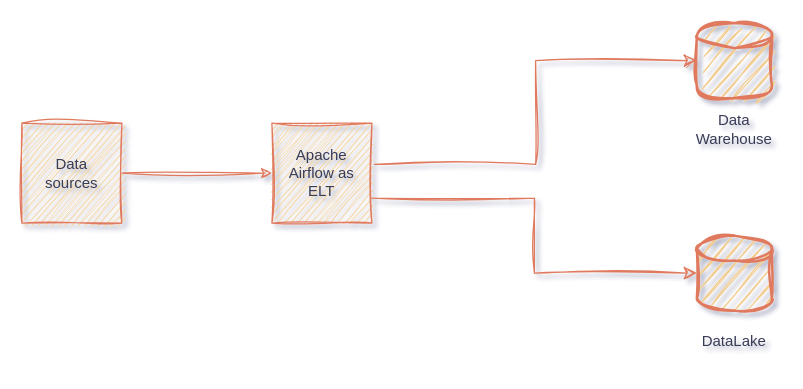
anapitalai/diagrams keeps this draw.io diagram as ngi.drawio. Above is the earlier version. Source tidied: cells renumbered, new cells numbered last; positions are measured from the earlier drawing's top-left corner, leaving out a move shared by most shapes. Both pictures are drawn from the tidied source at 125%, with x=0, y=0 at pixel (21, 22).
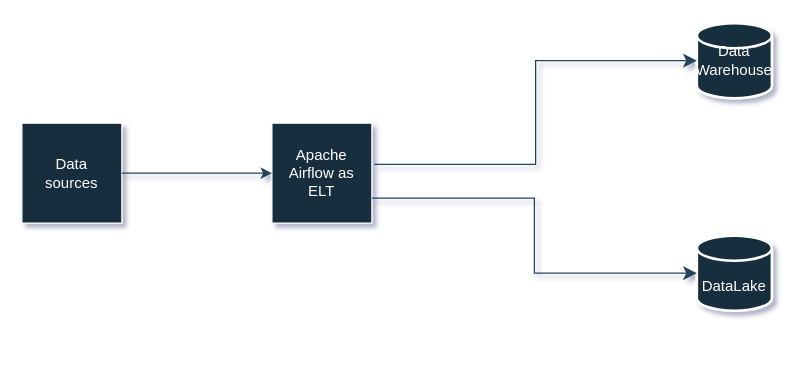
The same page after the edit.

What changed in the source:
```diff
@@
 <mxGraphModel shadow="1">
   <root>
     <mxCell id="0" />
     <mxCell id="1" parent="0" />
-    <mxCell id="2" style="whiteSpace=wrap;html=1;sketch=1;curveFitting=1;jiggle=2;labelBackgroundColor=none;fillColor=#F2CC8F;strokeColor=#E07A5F;fontColor=#393C56;" parent="1" vertex="1">
+    <mxCell id="2" style="whiteSpace=wrap;html=1;labelBackgroundColor=none;fillColor=#182E3E;strokeColor=#FFFFFF;fontColor=#FFFFFF;" parent="1" vertex="1">
       <mxGeometry y="80" width="80" height="80" as="geometry" />
     </mxCell>
-    <mxCell id="3" style="whiteSpace=wrap;html=1;sketch=1;curveFitting=1;jiggle=2;labelBackgroundColor=none;fillColor=#F2CC8F;strokeColor=#E07A5F;fontColor=#393C56;" parent="1" vertex="1">
+    <mxCell id="3" style="whiteSpace=wrap;html=1;labelBackgroundColor=none;fillColor=#182E3E;strokeColor=#FFFFFF;fontColor=#FFFFFF;" parent="1" vertex="1">
       <mxGeometry x="200" y="80" width="80" height="80" as="geometry" />
     </mxCell>
-    <mxCell id="4" style="endArrow=classic;html=1;rounded=0;exitX=1;exitY=0.5;exitDx=0;exitDy=0;sketch=1;curveFitting=1;jiggle=2;labelBackgroundColor=none;strokeColor=#E07A5F;fontColor=default;" parent="1" edge="1" source="2">
+    <mxCell id="4" style="endArrow=classic;html=1;rounded=0;exitX=1;exitY=0.5;exitDx=0;exitDy=0;labelBackgroundColor=none;fontColor=default;strokeColor=#23445D;" parent="1" edge="1" source="2">
       <mxGeometry relative="1" as="geometry">
         <mxPoint x="200" y="120" as="targetPoint" />
       </mxGeometry>
     </mxCell>
-    <mxCell id="5" style="strokeWidth=2;html=1;shape=mxgraph.flowchart.database;whiteSpace=wrap;sketch=1;curveFitting=1;jiggle=2;labelBackgroundColor=none;fillColor=#F2CC8F;strokeColor=#E07A5F;fontColor=#393C56;" parent="1" vertex="1">
+    <mxCell id="5" style="strokeWidth=2;html=1;shape=mxgraph.flowchart.database;whiteSpace=wrap;labelBackgroundColor=none;fillColor=#182E3E;strokeColor=#FFFFFF;fontColor=#FFFFFF;" parent="1" vertex="1">
       <mxGeometry x="540" width="60" height="60" as="geometry" />
     </mxCell>
-    <mxCell id="6" style="strokeWidth=2;html=1;shape=mxgraph.flowchart.database;whiteSpace=wrap;sketch=1;curveFitting=1;jiggle=2;labelBackgroundColor=none;fillColor=#F2CC8F;strokeColor=#E07A5F;fontColor=#393C56;" parent="1" vertex="1">
+    <mxCell id="6" style="strokeWidth=2;html=1;shape=mxgraph.flowchart.database;whiteSpace=wrap;labelBackgroundColor=none;fillColor=#182E3E;strokeColor=#FFFFFF;fontColor=#FFFFFF;" parent="1" vertex="1">
       <mxGeometry x="540" y="170" width="60" height="60" as="geometry" />
     </mxCell>
-    <mxCell id="7" style="edgeStyle=elbowEdgeStyle;elbow=horizontal;endArrow=classic;html=1;curved=0;rounded=0;endSize=8;startSize=8;entryX=0;entryY=0.5;entryDx=0;entryDy=0;entryPerimeter=0;exitX=1.025;exitY=0.413;exitDx=0;exitDy=0;exitPerimeter=0;sketch=1;curveFitting=1;jiggle=2;labelBackgroundColor=none;strokeColor=#E07A5F;fontColor=default;" parent="1" edge="1" source="3" target="5">
+    <mxCell id="7" style="edgeStyle=elbowEdgeStyle;elbow=horizontal;endArrow=classic;html=1;curved=0;rounded=0;endSize=8;startSize=8;entryX=0;entryY=0.5;entryDx=0;entryDy=0;entryPerimeter=0;exitX=1.025;exitY=0.413;exitDx=0;exitDy=0;exitPerimeter=0;labelBackgroundColor=none;fontColor=default;strokeColor=#23445D;" parent="1" edge="1" source="3" target="5">
       <mxGeometry relative="1" as="geometry" />
     </mxCell>
-    <mxCell id="8" style="edgeStyle=elbowEdgeStyle;elbow=horizontal;endArrow=classic;html=1;curved=0;rounded=0;endSize=8;startSize=8;entryX=0;entryY=0.5;entryDx=0;entryDy=0;entryPerimeter=0;exitX=1;exitY=0.75;exitDx=0;exitDy=0;sketch=1;curveFitting=1;jiggle=2;labelBackgroundColor=none;strokeColor=#E07A5F;fontColor=default;" parent="1" edge="1" source="3" target="6">
+    <mxCell id="8" style="edgeStyle=elbowEdgeStyle;elbow=horizontal;endArrow=classic;html=1;curved=0;rounded=0;endSize=8;startSize=8;entryX=0;entryY=0.5;entryDx=0;entryDy=0;entryPerimeter=0;exitX=1;exitY=0.75;exitDx=0;exitDy=0;labelBackgroundColor=none;fontColor=default;strokeColor=#23445D;" parent="1" edge="1" source="3" target="6">
       <mxGeometry relative="1" as="geometry" />
     </mxCell>
-    <mxCell id="9" value="Data sources" style="text;html=1;align=center;verticalAlign=middle;whiteSpace=wrap;rounded=0;sketch=1;curveFitting=1;jiggle=2;labelBackgroundColor=none;fontColor=#393C56;" parent="1" vertex="1">
+    <mxCell id="9" value="Data sources" style="text;html=1;align=center;verticalAlign=middle;whiteSpace=wrap;rounded=0;labelBackgroundColor=none;fontColor=#FFFFFF;" parent="1" vertex="1">
       <mxGeometry x="10" y="105" width="60" height="30" as="geometry" />
     </mxCell>
-    <mxCell id="10" value="Apache Airflow as ELT" style="text;html=1;align=center;verticalAlign=middle;whiteSpace=wrap;rounded=0;sketch=1;curveFitting=1;jiggle=2;labelBackgroundColor=none;fontColor=#393C56;" parent="1" vertex="1">
+    <mxCell id="10" value="Apache Airflow as ELT" style="text;html=1;align=center;verticalAlign=middle;whiteSpace=wrap;rounded=0;labelBackgroundColor=none;fontColor=#FFFFFF;" parent="1" vertex="1">
       <mxGeometry x="210" y="105" width="60" height="30" as="geometry" />
     </mxCell>
-    <mxCell id="11" value="Data Warehouse" style="text;html=1;align=center;verticalAlign=middle;whiteSpace=wrap;rounded=0;sketch=1;curveFitting=1;jiggle=2;labelBackgroundColor=none;fontColor=#393C56;" parent="1" vertex="1">
-      <mxGeometry x="540" y="70" width="60" height="30" as="geometry" />
+    <mxCell id="11" value="Data Warehouse" style="text;html=1;align=center;verticalAlign=middle;whiteSpace=wrap;rounded=0;labelBackgroundColor=none;fontColor=#FFFFFF;" parent="1" vertex="1">
+      <mxGeometry x="540" y="15" width="60" height="30" as="geometry" />
     </mxCell>
-    <mxCell id="12" value="DataLake" style="text;html=1;align=center;verticalAlign=middle;whiteSpace=wrap;rounded=0;sketch=1;curveFitting=1;jiggle=2;labelBackgroundColor=none;fontColor=#393C56;" parent="1" vertex="1">
-      <mxGeometry x="540" y="240" width="60" height="30" as="geometry" />
+    <mxCell id="12" value="DataLake" style="text;html=1;align=center;verticalAlign=middle;whiteSpace=wrap;rounded=0;labelBackgroundColor=none;fontColor=#FFFFFF;" parent="1" vertex="1">
+      <mxGeometry x="540" y="196" width="60" height="30" as="geometry" />
     </mxCell>
   </root>
 </mxGraphModel>
```
